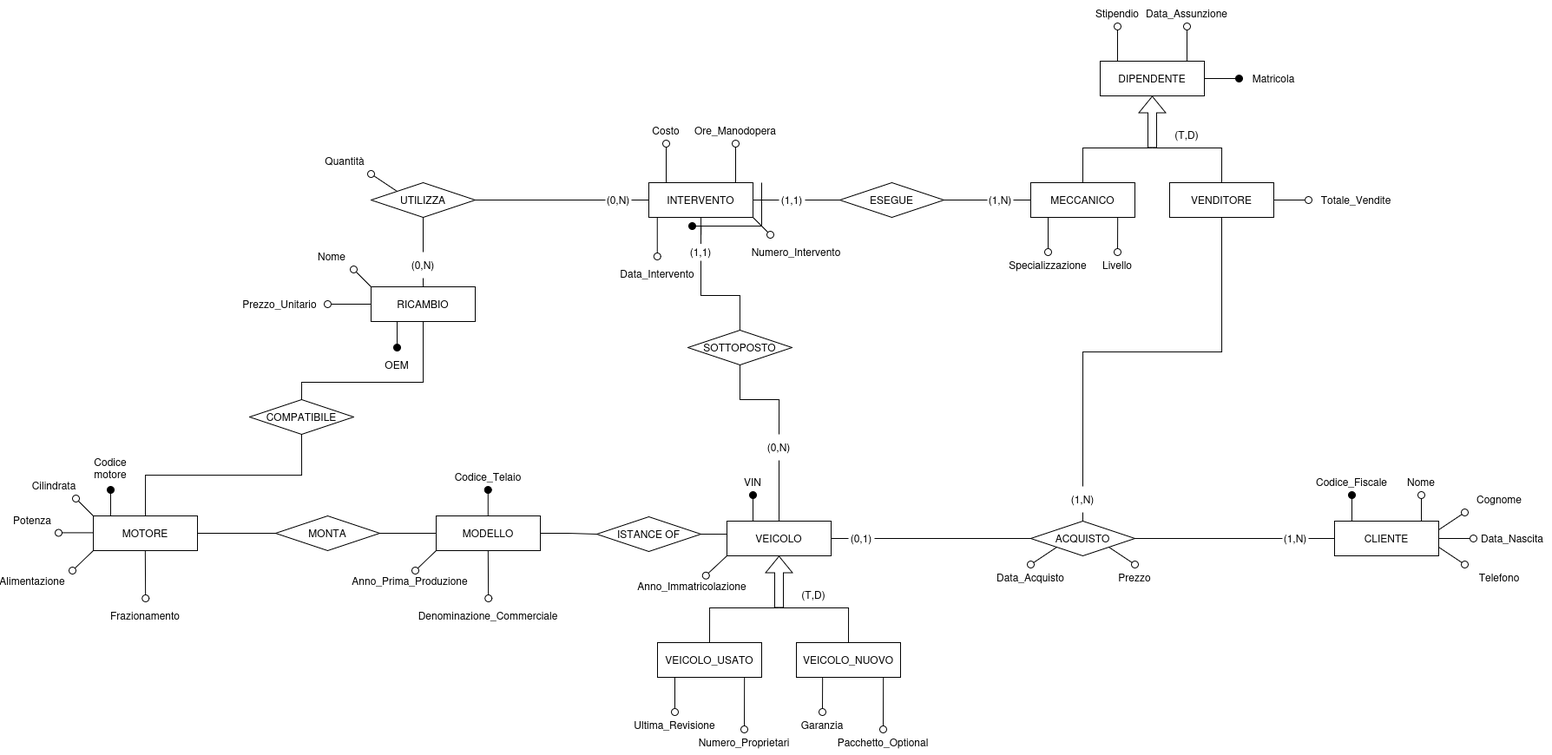
The draw.io diagram Schema ER.png in Ahwrs/ProgettoBasi, before a commit. Source tidied: cells renumbered, new cells last; positions are measured from the earlier drawing's top-left corner, leaving out a move shared by most shapes.
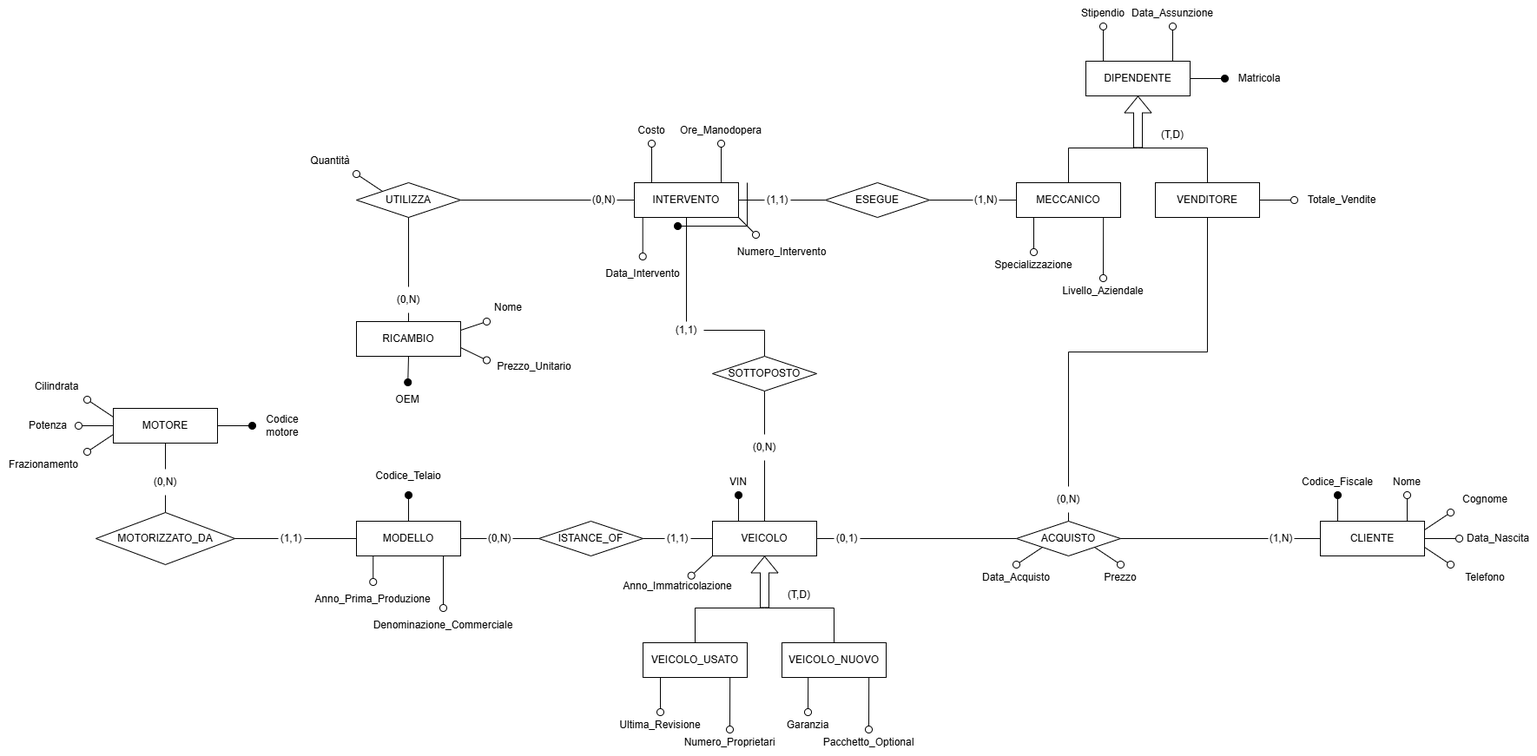
The same file after the commit.

Commit message:
Rifiniture dello Schema (cardinalità e relazioni)

What changed in the source:
```diff
@@ -211,4 +211,4 @@
     </mxCell>
-    <mxCell id="56" value="Livello" style="text;html=1;whiteSpace=wrap;strokeColor=none;fillColor=none;align=center;verticalAlign=middle;rounded=0;" parent="1" vertex="1">
-      <mxGeometry x="1250" y="290" width="40" height="30" as="geometry" />
+    <mxCell id="56" value="Livello_Aziendale" style="text;html=1;whiteSpace=wrap;strokeColor=none;fillColor=none;align=center;verticalAlign=middle;rounded=0;" parent="1" vertex="1">
+      <mxGeometry x="1250" y="320" width="40" height="30" as="geometry" />
     </mxCell>
@@ -271,9 +271,9 @@
     </mxCell>
-    <mxCell id="72" style="rounded=0;jettySize=auto;html=1;exitX=0.25;exitY=1;exitDx=0;exitDy=0;endArrow=oval;endFill=1;startSize=8;endSize=8;entryX=0.5;entryY=0;entryDx=0;entryDy=0;" parent="1" edge="1" source="76" target="77">
+    <mxCell id="72" style="rounded=0;jettySize=auto;html=1;exitX=0.5;exitY=1;exitDx=0;exitDy=0;endArrow=oval;endFill=1;startSize=8;endSize=8;entryX=0.5;entryY=0;entryDx=0;entryDy=0;" parent="1" edge="1" source="76" target="77">
       <mxGeometry relative="1" as="geometry" />
     </mxCell>
-    <mxCell id="73" style="rounded=0;jettySize=auto;html=1;exitX=0;exitY=0;exitDx=0;exitDy=0;endArrow=oval;endFill=0;entryX=1;entryY=1;entryDx=0;entryDy=0;startSize=8;endSize=8;" parent="1" edge="1" source="76" target="79">
+    <mxCell id="73" style="rounded=0;jettySize=auto;html=1;exitX=1;exitY=0.25;exitDx=0;exitDy=0;endArrow=oval;endFill=0;entryX=0;entryY=1;entryDx=0;entryDy=0;startSize=8;endSize=8;" parent="1" edge="1" source="76" target="79">
       <mxGeometry relative="1" as="geometry" />
     </mxCell>
-    <mxCell id="74" style="rounded=0;jettySize=auto;html=1;exitX=0;exitY=0.5;exitDx=0;exitDy=0;endArrow=oval;endFill=0;entryX=1;entryY=0.5;entryDx=0;entryDy=0;startSize=8;endSize=8;" parent="1" edge="1" source="76" target="78">
+    <mxCell id="74" style="rounded=0;jettySize=auto;html=1;endArrow=oval;endFill=0;entryX=0;entryY=0.25;entryDx=0;entryDy=0;startSize=8;endSize=8;exitX=1;exitY=0.75;exitDx=0;exitDy=0;" parent="1" edge="1" source="76" target="78">
       <mxGeometry relative="1" as="geometry" />
@@ -284,12 +284,12 @@
     <mxCell id="76" value="RICAMBIO" style="rounded=0;whiteSpace=wrap;html=1;" parent="1" vertex="1">
-      <mxGeometry x="410" y="330" width="120" height="40" as="geometry" />
+      <mxGeometry x="410" y="370" width="120" height="40" as="geometry" />
     </mxCell>
     <mxCell id="77" value="OEM" style="text;html=1;whiteSpace=wrap;strokeColor=none;fillColor=none;align=center;verticalAlign=middle;rounded=0;" parent="1" vertex="1">
-      <mxGeometry x="420" y="400" width="40" height="40" as="geometry" />
+      <mxGeometry x="449.2" y="440" width="40" height="40" as="geometry" />
     </mxCell>
     <mxCell id="78" value="Prezzo_Unitario" style="text;html=1;whiteSpace=wrap;strokeColor=none;fillColor=none;align=center;verticalAlign=middle;rounded=0;" parent="1" vertex="1">
-      <mxGeometry x="250" y="335" width="110" height="30" as="geometry" />
+      <mxGeometry x="560" y="407" width="110" height="30" as="geometry" />
     </mxCell>
     <mxCell id="79" value="Nome" style="text;html=1;whiteSpace=wrap;strokeColor=none;fillColor=none;align=center;verticalAlign=middle;rounded=0;" parent="1" vertex="1">
-      <mxGeometry x="340" y="280" width="50" height="30" as="geometry" />
+      <mxGeometry x="560" y="337.5" width="50" height="32.5" as="geometry" />
     </mxCell>
@@ -316,6 +316,11 @@
     <mxCell id="85" style="rounded=0;jettySize=auto;html=1;exitX=0.5;exitY=0;exitDx=0;exitDy=0;edgeStyle=orthogonalEdgeStyle;endArrow=none;endFill=0;" parent="1" edge="1" source="116" target="86">
-      <mxGeometry relative="1" as="geometry" />
+      <mxGeometry relative="1" as="geometry">
+        <Array as="points">
+          <mxPoint x="880" y="380" />
+          <mxPoint x="790" y="380" />
+        </Array>
+      </mxGeometry>
     </mxCell>
     <mxCell id="86" value="(1,1)" style="text;html=1;whiteSpace=wrap;strokeColor=none;fillColor=none;align=center;verticalAlign=middle;rounded=0;" parent="1" vertex="1">
-      <mxGeometry x="760" y="280" width="60" height="20" as="geometry" />
+      <mxGeometry x="770" y="370" width="40" height="20" as="geometry" />
     </mxCell>
@@ -336,3 +341,3 @@
     </mxCell>
-    <mxCell id="92" value="(1,N)" style="text;html=1;whiteSpace=wrap;strokeColor=none;fillColor=none;align=center;verticalAlign=middle;rounded=0;" parent="1" vertex="1">
+    <mxCell id="92" value="(0,N)" style="text;html=1;whiteSpace=wrap;strokeColor=none;fillColor=none;align=center;verticalAlign=middle;rounded=0;" parent="1" vertex="1">
       <mxGeometry x="1215" y="560" width="30" height="30" as="geometry" />
@@ -367,54 +372,39 @@
     <mxCell id="102" value="(0,N)" style="text;html=1;whiteSpace=wrap;strokeColor=none;fillColor=none;align=center;verticalAlign=middle;rounded=0;" parent="1" vertex="1">
-      <mxGeometry x="455" y="290" width="30" height="30" as="geometry" />
+      <mxGeometry x="455" y="330" width="30" height="30" as="geometry" />
     </mxCell>
+    <mxCell id="132" style="rounded=0;jettySize=auto;html=1;exitX=0.5;exitY=1;exitDx=0;exitDy=0;endArrow=none;endFill=0;" parent="1" edge="1" source="144" target="114">
+      <mxGeometry relative="1" as="geometry" />
+    </mxCell>
     <mxCell id="103" value="MOTORE" style="rounded=0;whiteSpace=wrap;html=1;" parent="1" vertex="1">
-      <mxGeometry x="90" y="594" width="120" height="40" as="geometry" />
+      <mxGeometry x="130" y="470" width="120" height="40" as="geometry" />
     </mxCell>
-    <mxCell id="104" style="rounded=0;orthogonalLoop=1;jettySize=auto;html=1;exitX=0.25;exitY=0;exitDx=0;exitDy=0;endArrow=oval;endFill=1;startSize=8;endSize=8;" parent="1" edge="1">
-      <mxGeometry relative="1" as="geometry">
-        <mxPoint x="110" y="594" as="sourcePoint" />
-        <mxPoint x="110" y="564" as="targetPoint" />
-      </mxGeometry>
+    <mxCell id="104" style="rounded=0;jettySize=auto;html=1;exitX=1;exitY=0.5;exitDx=0;exitDy=0;endArrow=oval;endFill=1;startSize=8;endSize=8;entryX=0;entryY=0.5;entryDx=0;entryDy=0;" parent="1" edge="1" source="103" target="105">
+      <mxGeometry relative="1" as="geometry" />
     </mxCell>
     <mxCell id="105" value="Codice motore" style="text;html=1;whiteSpace=wrap;strokeColor=none;fillColor=none;align=center;verticalAlign=middle;rounded=0;" parent="1" vertex="1">
-      <mxGeometry x="90" y="524" width="40" height="30" as="geometry" />
+      <mxGeometry x="290" y="475" width="70" height="30" as="geometry" />
     </mxCell>
-    <mxCell id="106" style="rounded=0;orthogonalLoop=1;jettySize=auto;html=1;exitX=0;exitY=0;exitDx=0;exitDy=0;endArrow=oval;endFill=0;entryX=1;entryY=1;entryDx=0;entryDy=0;startSize=8;endSize=8;" parent="1" edge="1">
-      <mxGeometry relative="1" as="geometry">
-        <mxPoint x="90" y="594" as="sourcePoint" />
-        <mxPoint x="70" y="574" as="targetPoint" />
-      </mxGeometry>
+    <mxCell id="106" style="rounded=0;jettySize=auto;html=1;endArrow=oval;endFill=0;startSize=8;endSize=8;exitX=0;exitY=0.25;exitDx=0;exitDy=0;entryX=1;entryY=1;entryDx=0;entryDy=0;" parent="1" edge="1" source="103" target="107">
+      <mxGeometry relative="1" as="geometry" />
     </mxCell>
     <mxCell id="107" value="Cilindrata" style="text;html=1;whiteSpace=wrap;strokeColor=none;fillColor=none;align=center;verticalAlign=middle;rounded=0;" parent="1" vertex="1">
-      <mxGeometry x="20" y="544" width="50" height="30" as="geometry" />
+      <mxGeometry x="30" y="430" width="70" height="30" as="geometry" />
     </mxCell>
-    <mxCell id="108" style="rounded=0;orthogonalLoop=1;jettySize=auto;html=1;exitX=0;exitY=0.5;exitDx=0;exitDy=0;endArrow=oval;endFill=0;entryX=1;entryY=1;entryDx=0;entryDy=0;startSize=8;endSize=8;" parent="1" edge="1">
-      <mxGeometry relative="1" as="geometry">
-        <mxPoint x="90" y="613.4" as="sourcePoint" />
-        <mxPoint x="50" y="613.4" as="targetPoint" />
-      </mxGeometry>
+    <mxCell id="108" style="rounded=0;jettySize=auto;html=1;exitX=0;exitY=0.5;exitDx=0;exitDy=0;endArrow=oval;endFill=0;startSize=8;endSize=8;entryX=1;entryY=0.5;entryDx=0;entryDy=0;" parent="1" edge="1" source="103" target="109">
+      <mxGeometry relative="1" as="geometry" />
     </mxCell>
     <mxCell id="109" value="Potenza" style="text;html=1;whiteSpace=wrap;strokeColor=none;fillColor=none;align=center;verticalAlign=middle;rounded=0;" parent="1" vertex="1">
-      <mxGeometry y="584" width="40" height="30" as="geometry" />
+      <mxGeometry x="20" y="475" width="70" height="30" as="geometry" />
     </mxCell>
-    <mxCell id="110" style="rounded=0;orthogonalLoop=1;jettySize=auto;html=1;exitX=0;exitY=1;exitDx=0;exitDy=0;endArrow=oval;endFill=0;entryX=0.892;entryY=0.09;entryDx=0;entryDy=0;entryPerimeter=0;startSize=8;endSize=8;" parent="1" edge="1">
-      <mxGeometry relative="1" as="geometry">
-        <mxPoint x="90" y="634" as="sourcePoint" />
-        <mxPoint x="66" y="657" as="targetPoint" />
-      </mxGeometry>
+    <mxCell id="110" style="rounded=0;jettySize=auto;html=1;exitX=0;exitY=0.75;exitDx=0;exitDy=0;endArrow=oval;endFill=0;startSize=8;endSize=8;entryX=1;entryY=0;entryDx=0;entryDy=0;" parent="1" edge="1" source="103" target="113">
+      <mxGeometry relative="1" as="geometry" />
     </mxCell>
-    <mxCell id="111" value="Alimentazione" style="text;html=1;whiteSpace=wrap;strokeColor=none;fillColor=none;align=center;verticalAlign=middle;rounded=0;" parent="1" vertex="1">
-      <mxGeometry y="654" width="40" height="30" as="geometry" />
-    </mxCell>
-    <mxCell id="112" style="rounded=0;orthogonalLoop=1;jettySize=auto;html=1;exitX=0.25;exitY=1;exitDx=0;exitDy=0;entryX=0.5;entryY=0;entryDx=0;entryDy=0;endArrow=oval;endFill=0;startSize=8;endSize=8;" parent="1" edge="1">
-      <mxGeometry relative="1" as="geometry">
-        <mxPoint x="149.9" y="634" as="sourcePoint" />
-        <mxPoint x="150.1" y="689" as="targetPoint" />
-      </mxGeometry>
-    </mxCell>
     <mxCell id="113" value="Frazionamento" style="text;html=1;whiteSpace=wrap;strokeColor=none;fillColor=none;align=center;verticalAlign=middle;rounded=0;" parent="1" vertex="1">
-      <mxGeometry x="130" y="694" width="40" height="30" as="geometry" />
+      <mxGeometry y="520" width="100" height="30" as="geometry" />
     </mxCell>
+    <mxCell id="133" style="rounded=0;jettySize=auto;html=1;exitX=1;exitY=0.5;exitDx=0;exitDy=0;entryX=0;entryY=0.5;entryDx=0;entryDy=0;endArrow=none;endFill=0;" parent="1" edge="1" source="142" target="118">
+      <mxGeometry relative="1" as="geometry" />
+    </mxCell>
-    <mxCell id="114" value="MONTA" style="rhombus;whiteSpace=wrap;html=1;" parent="1" vertex="1">
-      <mxGeometry x="300" y="594" width="120" height="40" as="geometry" />
+    <mxCell id="114" value="MOTORIZZATO_DA" style="rhombus;whiteSpace=wrap;html=1;" parent="1" vertex="1">
+      <mxGeometry x="110" y="590" width="160" height="60" as="geometry" />
     </mxCell>
@@ -424,31 +414,16 @@
     <mxCell id="116" value="SOTTOPOSTO" style="rhombus;whiteSpace=wrap;html=1;" parent="1" vertex="1">
-      <mxGeometry x="775" y="380" width="120" height="40" as="geometry" />
+      <mxGeometry x="820" y="410" width="120" height="40" as="geometry" />
     </mxCell>
-    <mxCell id="117" style="rounded=0;jettySize=auto;html=1;exitX=1;exitY=0.5;exitDx=0;exitDy=0;edgeStyle=orthogonalEdgeStyle;endArrow=none;endFill=0;entryX=0;entryY=0.5;entryDx=0;entryDy=0;" parent="1" edge="1" source="103" target="114">
-      <mxGeometry relative="1" as="geometry" />
-    </mxCell>
+    <mxCell id="134" style="rounded=0;jettySize=auto;html=1;exitX=0.5;exitY=0;exitDx=0;exitDy=0;endArrow=oval;endFill=1;startSize=8;endSize=8;entryX=0.5;entryY=1;entryDx=0;entryDy=0;" parent="1" edge="1" source="118" target="121">
+      <mxGeometry relative="1" as="geometry" />
+    </mxCell>
     <mxCell id="118" value="MODELLO" style="rounded=0;whiteSpace=wrap;html=1;" parent="1" vertex="1">
-      <mxGeometry x="485" y="594" width="120" height="40" as="geometry" />
+      <mxGeometry x="410" y="600" width="120" height="40" as="geometry" />
     </mxCell>
-    <mxCell id="119" style="rounded=0;jettySize=auto;html=1;exitX=1;exitY=0.5;exitDx=0;exitDy=0;edgeStyle=orthogonalEdgeStyle;endArrow=none;endFill=0;entryX=0;entryY=0.5;entryDx=0;entryDy=0;" parent="1" edge="1" target="118">
-      <mxGeometry relative="1" as="geometry">
-        <mxPoint x="420" y="614" as="sourcePoint" />
-      </mxGeometry>
-    </mxCell>
-    <mxCell id="120" style="rounded=0;jettySize=auto;html=1;exitX=1;exitY=0.5;exitDx=0;exitDy=0;edgeStyle=orthogonalEdgeStyle;endArrow=none;endFill=0;entryX=0;entryY=0.5;entryDx=0;entryDy=0;" parent="1" edge="1" source="129" target="6">
-      <mxGeometry relative="1" as="geometry" />
-    </mxCell>
     <mxCell id="121" value="Codice_Telaio" style="text;html=1;whiteSpace=wrap;strokeColor=none;fillColor=none;align=center;verticalAlign=middle;rounded=0;" parent="1" vertex="1">
-      <mxGeometry x="525" y="534" width="40" height="30" as="geometry" />
+      <mxGeometry x="450" y="526" width="40" height="44" as="geometry" />
     </mxCell>
-    <mxCell id="122" style="rounded=0;orthogonalLoop=1;jettySize=auto;html=1;exitX=0.25;exitY=0;exitDx=0;exitDy=0;endArrow=oval;endFill=1;entryX=0.5;entryY=1;entryDx=0;entryDy=0;startSize=8;endSize=8;" parent="1" edge="1">
-      <mxGeometry relative="1" as="geometry">
-        <mxPoint x="544.8" y="594" as="sourcePoint" />
-        <mxPoint x="544.8" y="564" as="targetPoint" />
-      </mxGeometry>
-    </mxCell>
-    <mxCell id="123" style="rounded=0;orthogonalLoop=1;jettySize=auto;html=1;exitX=0.25;exitY=1;exitDx=0;exitDy=0;entryX=0.5;entryY=0;entryDx=0;entryDy=0;endArrow=oval;endFill=0;startSize=8;endSize=8;" parent="1" edge="1">
+    <mxCell id="123" style="rounded=0;jettySize=auto;html=1;exitX=0.75;exitY=1;exitDx=0;exitDy=0;endArrow=oval;endFill=0;startSize=8;endSize=8;entryX=0.5;entryY=0;entryDx=0;entryDy=0;" parent="1" edge="1" target="124">
       <mxGeometry relative="1" as="geometry">
-        <mxPoint x="544.8" y="634" as="sourcePoint" />
-        <mxPoint x="545.1" y="689" as="targetPoint" />
+        <mxPoint x="510" y="640" as="sourcePoint" />
       </mxGeometry>
@@ -456,8 +431,7 @@
     <mxCell id="124" value="&lt;div&gt;Denominazione_Commerciale&lt;/div&gt;" style="text;html=1;whiteSpace=wrap;strokeColor=none;fillColor=none;align=center;verticalAlign=middle;rounded=0;" parent="1" vertex="1">
-      <mxGeometry x="525" y="694" width="40" height="30" as="geometry" />
+      <mxGeometry x="490" y="700" width="40" height="40" as="geometry" />
     </mxCell>
-    <mxCell id="125" style="rounded=0;orthogonalLoop=1;jettySize=auto;html=1;exitX=0;exitY=1;exitDx=0;exitDy=0;endArrow=oval;endFill=0;entryX=0.892;entryY=0.09;entryDx=0;entryDy=0;entryPerimeter=0;startSize=8;endSize=8;" parent="1" edge="1">
+    <mxCell id="125" style="rounded=0;jettySize=auto;html=1;endArrow=oval;endFill=0;entryX=0.5;entryY=0;entryDx=0;entryDy=0;startSize=8;endSize=8;exitX=0.25;exitY=1;exitDx=0;exitDy=0;" parent="1" edge="1" target="126">
       <mxGeometry relative="1" as="geometry">
-        <mxPoint x="485" y="634" as="sourcePoint" />
-        <mxPoint x="461" y="657" as="targetPoint" />
+        <mxPoint x="429.2" y="640" as="sourcePoint" />
       </mxGeometry>
@@ -465,24 +439,37 @@
     <mxCell id="126" value="Anno_Prima_Produzione" style="text;html=1;whiteSpace=wrap;strokeColor=none;fillColor=none;align=center;verticalAlign=middle;rounded=0;" parent="1" vertex="1">
-      <mxGeometry x="435" y="654" width="40" height="30" as="geometry" />
+      <mxGeometry x="409.2" y="670" width="40" height="40" as="geometry" />
     </mxCell>
-    <mxCell id="127" style="rounded=0;jettySize=auto;html=1;exitX=0.5;exitY=0;exitDx=0;exitDy=0;edgeStyle=orthogonalEdgeStyle;endArrow=none;endFill=0;entryX=0.5;entryY=1;entryDx=0;entryDy=0;" parent="1" edge="1" source="131" target="76">
-      <mxGeometry relative="1" as="geometry">
-        <Array as="points">
-          <mxPoint x="330" y="440" />
-          <mxPoint x="470" y="440" />
-        </Array>
-      </mxGeometry>
-    </mxCell>
-    <mxCell id="128" style="rounded=0;jettySize=auto;html=1;exitX=1;exitY=0.5;exitDx=0;exitDy=0;edgeStyle=orthogonalEdgeStyle;endArrow=none;endFill=0;entryX=0;entryY=0.5;entryDx=0;entryDy=0;" parent="1" edge="1" source="118" target="129">
-      <mxGeometry relative="1" as="geometry" />
-    </mxCell>
+    <mxCell id="135" style="rounded=0;jettySize=auto;html=1;exitX=0;exitY=0.5;exitDx=0;exitDy=0;entryX=1;entryY=0.5;entryDx=0;entryDy=0;endArrow=none;endFill=0;" parent="1" edge="1" source="138" target="118">
+      <mxGeometry relative="1" as="geometry" />
+    </mxCell>
-    <mxCell id="129" value="ISTANCE OF" style="rhombus;whiteSpace=wrap;html=1;" parent="1" vertex="1">
-      <mxGeometry x="670" y="595" width="120" height="40" as="geometry" />
+    <mxCell id="129" value="ISTANCE_OF" style="rhombus;whiteSpace=wrap;html=1;" parent="1" vertex="1">
+      <mxGeometry x="620" y="600" width="120" height="40" as="geometry" />
     </mxCell>
-    <mxCell id="130" style="rounded=0;jettySize=auto;html=1;exitX=0.5;exitY=0;exitDx=0;exitDy=0;edgeStyle=orthogonalEdgeStyle;endArrow=none;endFill=0;entryX=0.5;entryY=1;entryDx=0;entryDy=0;" parent="1" edge="1" source="103" target="131">
-      <mxGeometry relative="1" as="geometry" />
-    </mxCell>
-    <mxCell id="131" value="COMPATIBILE" style="rhombus;whiteSpace=wrap;html=1;" parent="1" vertex="1">
-      <mxGeometry x="270" y="460" width="120" height="40" as="geometry" />
-    </mxCell>
+    <mxCell id="136" style="rounded=0;jettySize=auto;html=1;exitX=1;exitY=0.5;exitDx=0;exitDy=0;endArrow=none;endFill=0;entryX=0;entryY=0.5;entryDx=0;entryDy=0;" parent="1" edge="1" source="140" target="6">
+      <mxGeometry relative="1" as="geometry" />
+    </mxCell>
+    <mxCell id="137" style="rounded=0;jettySize=auto;html=1;exitX=0;exitY=0.5;exitDx=0;exitDy=0;entryX=1;entryY=0.5;entryDx=0;entryDy=0;endArrow=none;endFill=0;" parent="1" edge="1" source="129" target="138">
+      <mxGeometry relative="1" as="geometry" />
+    </mxCell>
+    <mxCell id="138" value="(0,N)" style="text;html=1;whiteSpace=wrap;strokeColor=none;fillColor=none;align=center;verticalAlign=middle;rounded=0;" parent="1" vertex="1">
+      <mxGeometry x="560" y="605" width="30" height="30" as="geometry" />
+    </mxCell>
+    <mxCell id="139" style="rounded=0;jettySize=auto;html=1;exitX=1;exitY=0.5;exitDx=0;exitDy=0;endArrow=none;endFill=0;entryX=0;entryY=0.5;entryDx=0;entryDy=0;" parent="1" edge="1" source="129" target="140">
+      <mxGeometry relative="1" as="geometry" />
+    </mxCell>
+    <mxCell id="140" value="(1,1)" style="text;html=1;whiteSpace=wrap;strokeColor=none;fillColor=none;align=center;verticalAlign=middle;rounded=0;" parent="1" vertex="1">
+      <mxGeometry x="765" y="605" width="30" height="30" as="geometry" />
+    </mxCell>
+    <mxCell id="141" style="rounded=0;jettySize=auto;html=1;exitX=1;exitY=0.5;exitDx=0;exitDy=0;entryX=0;entryY=0.5;entryDx=0;entryDy=0;endArrow=none;endFill=0;" parent="1" edge="1" source="114" target="142">
+      <mxGeometry relative="1" as="geometry" />
+    </mxCell>
+    <mxCell id="142" value="(1,1)" style="text;html=1;whiteSpace=wrap;strokeColor=none;fillColor=none;align=center;verticalAlign=middle;rounded=0;" parent="1" vertex="1">
+      <mxGeometry x="320" y="605" width="30" height="30" as="geometry" />
+    </mxCell>
+    <mxCell id="143" style="rounded=0;jettySize=auto;html=1;exitX=0.5;exitY=1;exitDx=0;exitDy=0;endArrow=none;endFill=0;" parent="1" edge="1" source="103" target="144">
+      <mxGeometry relative="1" as="geometry" />
+    </mxCell>
+    <mxCell id="144" value="(0,N)" style="text;html=1;whiteSpace=wrap;strokeColor=none;fillColor=none;align=center;verticalAlign=middle;rounded=0;" parent="1" vertex="1">
+      <mxGeometry x="175" y="540" width="30" height="30" as="geometry" />
+    </mxCell>
   </root>
```
